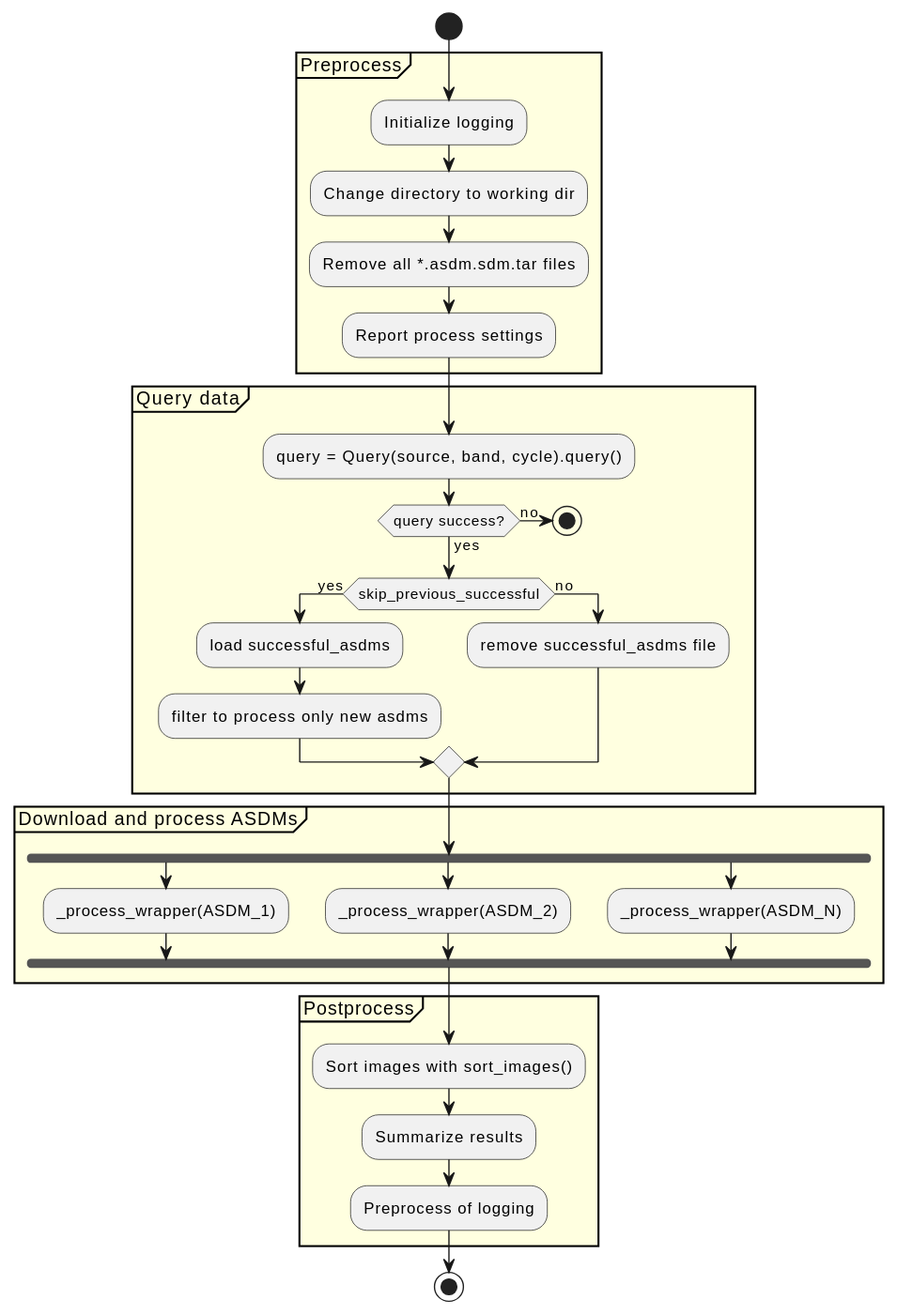
Above: _static/L4-almaqso.Almaqso.process-activity.svg in akimasanishida/almaqso (PlantUML), before the change.
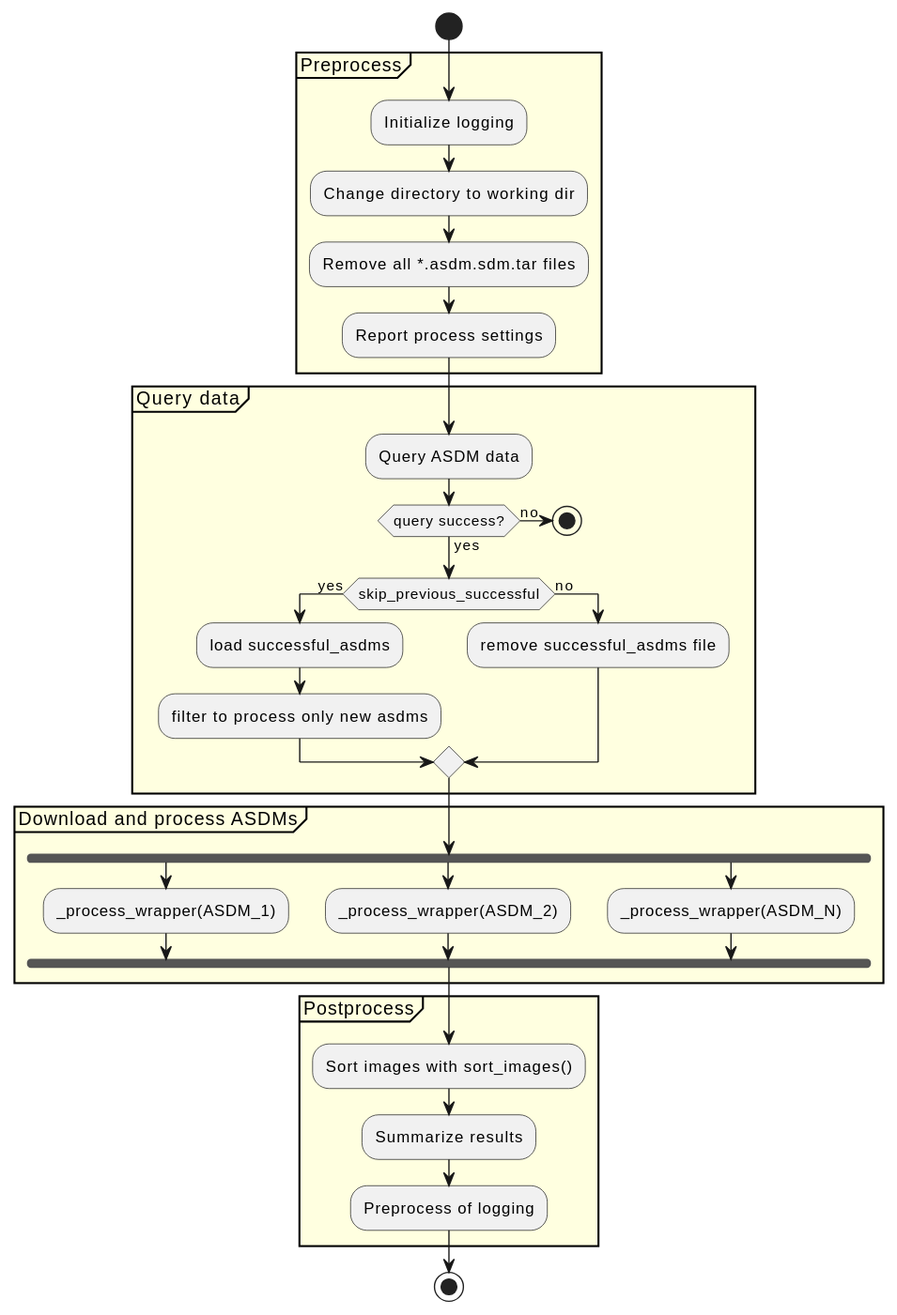
The same file after the commit.

The edit, as a diff of the source:
```diff
@@ -8,7 +8,7 @@
     :Report process settings;
 }
 partition "Query data" #LightYellow {
-    :query = Query(source, band, cycle).query();
+    :Query ASDM data;
     if (query success?) then (yes)
     else (no)
         stop
```
